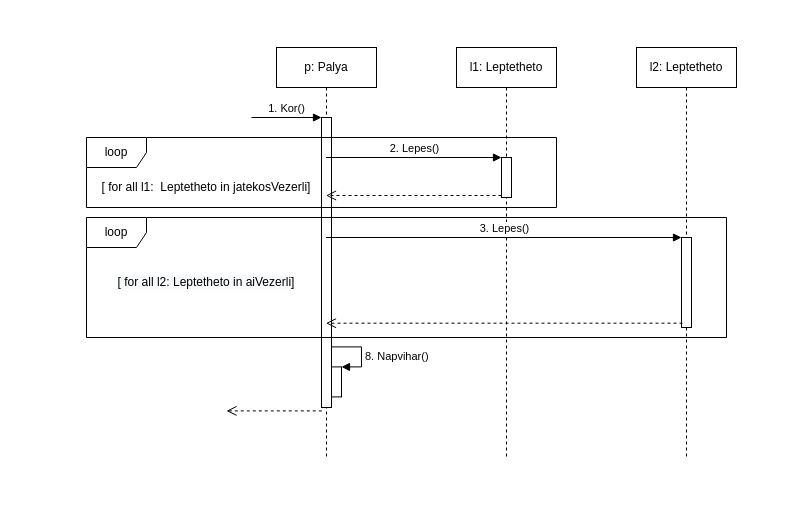
The draw.io diagram doc/uml/kor.drawio in torpeBoiGo/aszteroidabanyaszat, before the edit. Source tidied: cells renumbered, new cells numbered last; positions are measured from the earlier drawing's top-left corner, leaving out a move shared by most shapes. Both pictures are drawn from the tidied source at 100%, with x=0, y=0 at pixel (86, 47).
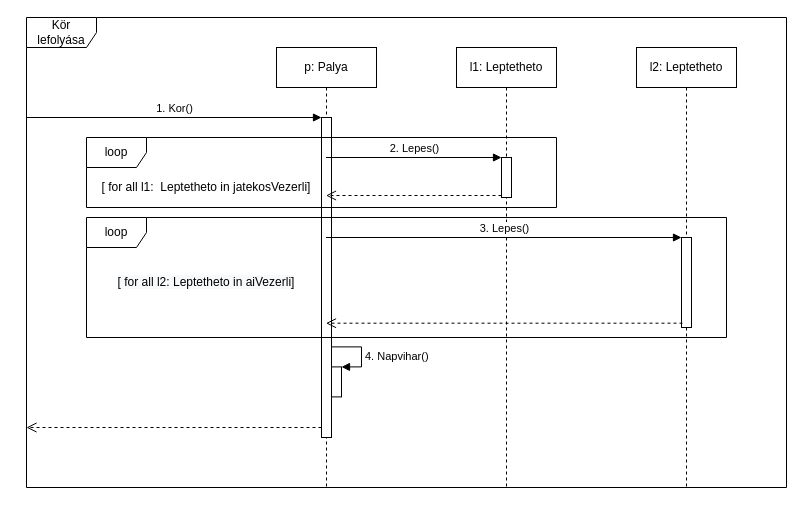
The same page after the edit.

The change refers to these unchanged cells:
```xml
<mxCell id="6" style="html=1;points=[];perimeter=orthogonalPerimeter;" parent="2" vertex="1">
  <mxGeometry x="55" y="319.4" width="10" height="30" as="geometry" />
</mxCell>
```

The edit, as a diff of the source:
```diff
@@
+    <mxCell id="20" value="Kör lefolyása" style="shape=umlFrame;whiteSpace=wrap;html=1;width=70;height=30;" parent="1" vertex="1">
+      <mxGeometry x="-60" y="-30" width="760" height="470" as="geometry" />
+    </mxCell>
     <mxCell id="2" value="p: Palya" style="shape=umlLifeline;perimeter=lifelinePerimeter;whiteSpace=wrap;html=1;outlineConnect=0;" parent="1" vertex="1">
-      <mxGeometry x="190" width="100" height="410" as="geometry" />
+      <mxGeometry x="190" width="100" height="440" as="geometry" />
     </mxCell>
     <mxCell id="3" style="html=1;points=[];perimeter=orthogonalPerimeter;" parent="2" vertex="1">
-      <mxGeometry x="45" y="70" width="10" height="290" as="geometry" />
+      <mxGeometry x="45" y="70" width="10" height="320" as="geometry" />
     </mxCell>
     <mxCell id="4" value="1. Kor()" style="html=1;verticalAlign=bottom;endArrow=block;entryX=0;entryY=0;" parent="2" edge="1" target="3">
       <mxGeometry relative="1" as="geometry">
-        <mxPoint x="-25" y="70" as="sourcePoint" />
+        <mxPoint x="-250" y="70" as="sourcePoint" />
       </mxGeometry>
     </mxCell>
-    <mxCell id="5" style="html=1;verticalAlign=bottom;endArrow=open;dashed=1;endSize=8;exitX=0.033;exitY=0.989;exitDx=0;exitDy=0;exitPerimeter=0;" parent="2" edge="1">
-      <mxGeometry x="-0.27" y="-94" relative="1" as="geometry">
-        <mxPoint x="45.3" y="363.4" as="sourcePoint" />
-        <mxPoint x="-50" y="363.4" as="targetPoint" />
-      </mxGeometry>
-    </mxCell>
@@
-    <mxCell id="7" value="8. Napvihar()" style="edgeStyle=orthogonalEdgeStyle;html=1;align=left;spacingLeft=2;endArrow=block;rounded=0;entryX=1;entryY=0;" parent="2" edge="1" target="6">
+    <mxCell id="7" value="4. Napvihar()" style="edgeStyle=orthogonalEdgeStyle;html=1;align=left;spacingLeft=2;endArrow=block;rounded=0;entryX=1;entryY=0;" parent="2" edge="1" target="6">
       <mxGeometry x="0.14" relative="1" as="geometry">
         <mxPoint x="55" y="299.4" as="sourcePoint" />
         <Array as="points">
           <mxPoint x="85" y="299.4" />
           <mxPoint x="85" y="319.4" />
         </Array>
       </mxGeometry>
     </mxCell>
     <mxCell id="8" value="l1: Leptetheto" style="shape=umlLifeline;perimeter=lifelinePerimeter;whiteSpace=wrap;html=1;" parent="1" vertex="1">
-      <mxGeometry x="370" width="100" height="410" as="geometry" />
+      <mxGeometry x="370" width="100" height="440" as="geometry" />
     </mxCell>
@@
     <mxCell id="10" value="l2: Leptetheto" style="shape=umlLifeline;perimeter=lifelinePerimeter;whiteSpace=wrap;html=1;" parent="1" vertex="1">
-      <mxGeometry x="550" width="100" height="410" as="geometry" />
+      <mxGeometry x="550" width="100" height="440" as="geometry" />
     </mxCell>
@@
+    <mxCell id="5" style="html=1;verticalAlign=bottom;endArrow=open;dashed=1;endSize=8;exitX=0.033;exitY=0.989;exitDx=0;exitDy=0;exitPerimeter=0;" parent="1" edge="1">
+      <mxGeometry x="-0.27" y="-94" relative="1" as="geometry">
+        <mxPoint x="235" y="380" as="sourcePoint" />
+        <mxPoint x="-60" y="380" as="targetPoint" />
+      </mxGeometry>
+    </mxCell>
```
